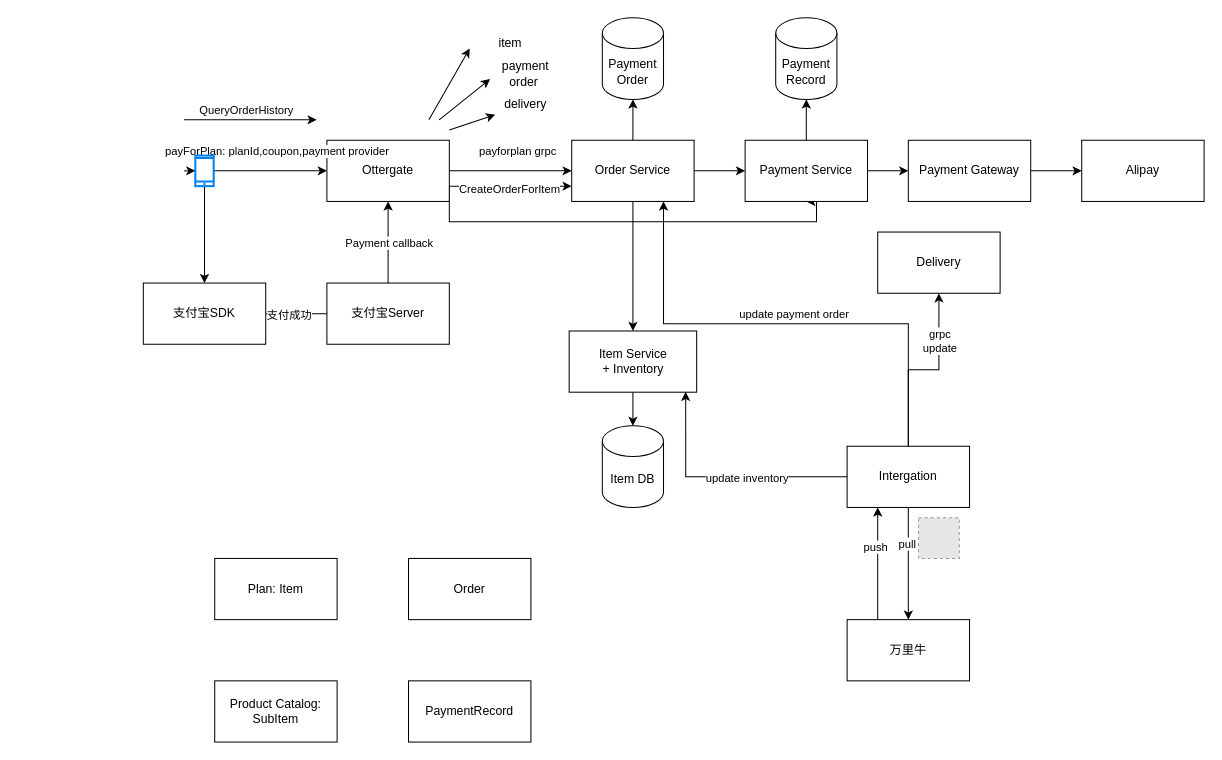
evagle/awesome keeps this draw.io diagram as Payment.drawio. Above is the earlier version. Source tidied: cells renumbered, new cells numbered last; positions are measured from the earlier drawing's top-left corner, leaving out a move shared by most shapes. Both pictures are drawn from the tidied source at 102%, with x=0, y=0 at pixel (143, 17). Pictures stored in the file or linked from it are replaced by grey dashed boxes.
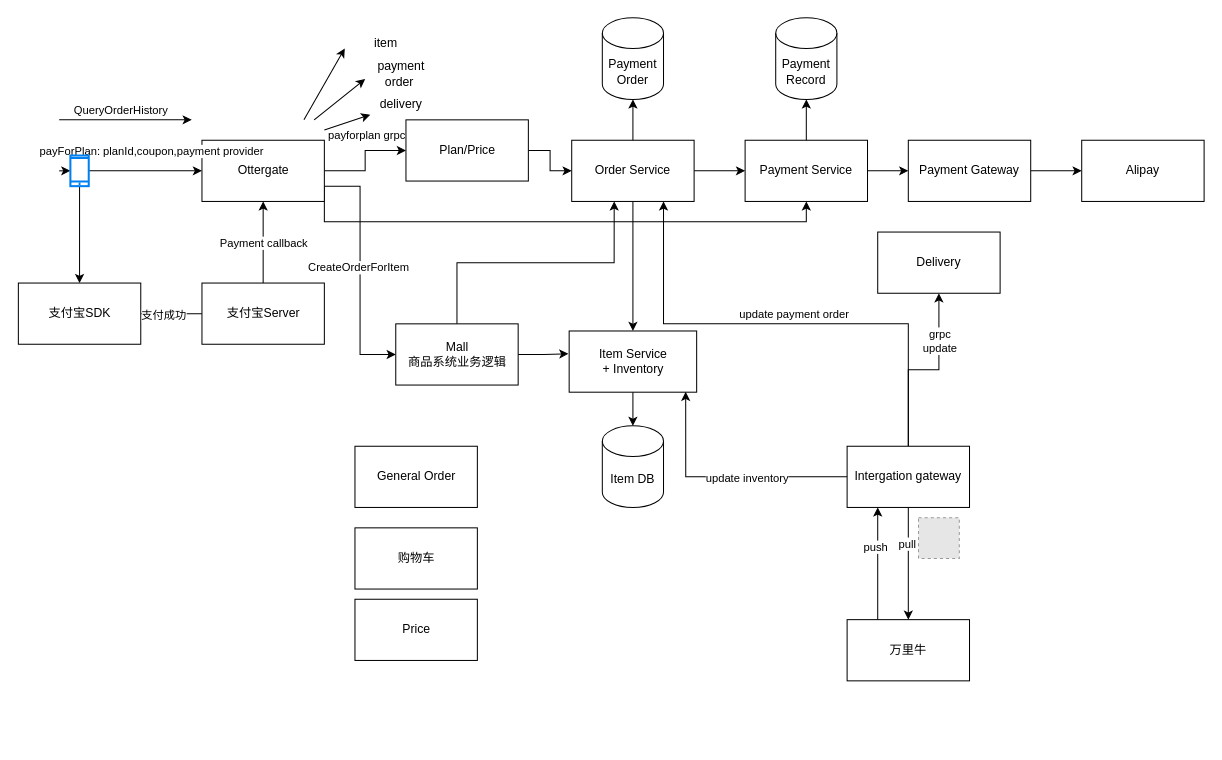
After the change.

Unchanged cells that the change refers to:
```xml
<mxCell id="15" value="Order Service" style="whiteSpace=wrap;html=1;rounded=0;" parent="1" vertex="1">
  <mxGeometry x="420" y="120" width="120" height="60" as="geometry" />
</mxCell>
<mxCell id="17" value="Payment Service" style="whiteSpace=wrap;html=1;rounded=0;" parent="1" vertex="1">
  <mxGeometry x="590" y="120" width="120" height="60" as="geometry" />
</mxCell>
<mxCell id="33" value="Item Service&lt;br&gt;+ Inventory" style="rounded=0;whiteSpace=wrap;html=1;" parent="1" vertex="1">
  <mxGeometry x="417.5" y="307" width="125" height="60" as="geometry" />
</mxCell>
```

The edit, as a diff of the source:
```diff
@@
-    <mxCell id="2" style="edgeStyle=orthogonalEdgeStyle;rounded=0;jettySize=auto;html=1;" parent="1" edge="1" source="7" target="15">
+    <mxCell id="2" style="edgeStyle=orthogonalEdgeStyle;rounded=0;jettySize=auto;html=1;entryX=0;entryY=0.5;entryDx=0;entryDy=0;" parent="1" edge="1" source="7" target="62">
       <mxGeometry relative="1" as="geometry" />
     </mxCell>
@@
     <mxCell id="4" style="edgeStyle=orthogonalEdgeStyle;rounded=0;jettySize=auto;html=1;exitX=1;exitY=0.75;exitDx=0;exitDy=0;entryX=0.5;entryY=1;entryDx=0;entryDy=0;" parent="1" edge="1" source="7" target="17">
       <mxGeometry relative="1" as="geometry">
         <Array as="points">
-          <mxPoint x="300" y="200" />
-          <mxPoint x="660" y="200" />
+          <mxPoint x="177.5" y="200" />
+          <mxPoint x="650.5" y="200" />
         </Array>
       </mxGeometry>
     </mxCell>
-    <mxCell id="5" style="edgeStyle=orthogonalEdgeStyle;rounded=0;jettySize=auto;html=1;exitX=1;exitY=0.75;exitDx=0;exitDy=0;entryX=0;entryY=0.75;entryDx=0;entryDy=0;" parent="1" edge="1" source="7" target="15">
+    <mxCell id="5" style="edgeStyle=orthogonalEdgeStyle;rounded=0;jettySize=auto;html=1;exitX=1;exitY=0.75;exitDx=0;exitDy=0;entryX=0;entryY=0.5;entryDx=0;entryDy=0;" parent="1" edge="1" source="7" target="60">
       <mxGeometry relative="1" as="geometry" />
     </mxCell>
@@
     <mxCell id="7" value="Ottergate" style="rounded=0;whiteSpace=wrap;html=1;" parent="1" vertex="1">
-      <mxGeometry x="180" y="120" width="120" height="60" as="geometry" />
+      <mxGeometry x="57.5" y="120" width="120" height="60" as="geometry" />
     </mxCell>
@@
-    <mxCell id="9" value="Plan: Item" style="rounded=0;whiteSpace=wrap;html=1;" parent="1" vertex="1">
-      <mxGeometry x="70" y="530" width="120" height="60" as="geometry" />
-    </mxCell>
-    <mxCell id="10" value="Product Catalog: SubItem" style="rounded=0;whiteSpace=wrap;html=1;" parent="1" vertex="1">
-      <mxGeometry x="70" y="650" width="120" height="60" as="geometry" />
-    </mxCell>
-    <mxCell id="11" value="Order" style="rounded=0;whiteSpace=wrap;html=1;" parent="1" vertex="1">
-      <mxGeometry x="260" y="530" width="120" height="60" as="geometry" />
-    </mxCell>
-    <mxCell id="12" value="PaymentRecord" style="rounded=0;whiteSpace=wrap;html=1;" parent="1" vertex="1">
-      <mxGeometry x="260" y="650" width="120" height="60" as="geometry" />
-    </mxCell>
@@
     <mxCell id="27" value="支付宝SDK" style="rounded=0;whiteSpace=wrap;html=1;" parent="1" vertex="1">
-      <mxGeometry y="260" width="120" height="60" as="geometry" />
+      <mxGeometry x="-122.5" y="260" width="120" height="60" as="geometry" />
     </mxCell>
@@
     <mxCell id="32" value="支付宝Server" style="rounded=0;whiteSpace=wrap;html=1;" parent="1" vertex="1">
-      <mxGeometry x="180" y="260" width="120" height="60" as="geometry" />
+      <mxGeometry x="57.5" y="260" width="120" height="60" as="geometry" />
     </mxCell>
@@
     <mxCell id="34" style="endArrow=classic;html=1;rounded=0;" parent="1" edge="1">
       <mxGeometry relative="1" as="geometry">
-        <mxPoint x="40" y="100" as="sourcePoint" />
-        <mxPoint x="170" y="100" as="targetPoint" />
+        <mxPoint x="-82.5" y="100" as="sourcePoint" />
+        <mxPoint x="47.5" y="100" as="targetPoint" />
       </mxGeometry>
     </mxCell>
@@
     <mxCell id="36" style="endArrow=classic;html=1;rounded=0;" parent="1" edge="1">
       <mxGeometry relative="1" as="geometry">
-        <mxPoint x="290" y="100" as="sourcePoint" />
-        <mxPoint x="340" y="60" as="targetPoint" />
+        <mxPoint x="167.5" y="100" as="sourcePoint" />
+        <mxPoint x="217.5" y="60" as="targetPoint" />
       </mxGeometry>
     </mxCell>
     <mxCell id="37" style="endArrow=classic;html=1;rounded=0;" parent="1" edge="1" target="39">
       <mxGeometry relative="1" as="geometry">
-        <mxPoint x="300" y="110" as="sourcePoint" />
+        <mxPoint x="177.5" y="110" as="sourcePoint" />
       </mxGeometry>
     </mxCell>
     <mxCell id="38" value="payment order&amp;nbsp;" style="text;html=1;strokeColor=none;fillColor=none;align=center;verticalAlign=middle;whiteSpace=wrap;rounded=0;" parent="1" vertex="1">
-      <mxGeometry x="345" y="40" width="60" height="30" as="geometry" />
+      <mxGeometry x="222.5" y="40" width="60" height="30" as="geometry" />
     </mxCell>
     <mxCell id="39" value="delivery" style="text;html=1;strokeColor=none;fillColor=none;align=center;verticalAlign=middle;whiteSpace=wrap;rounded=0;" parent="1" vertex="1">
-      <mxGeometry x="345" y="70" width="60" height="30" as="geometry" />
+      <mxGeometry x="222.5" y="70" width="60" height="30" as="geometry" />
     </mxCell>
     <mxCell id="40" style="endArrow=classic;html=1;rounded=0;" parent="1" edge="1">
       <mxGeometry relative="1" as="geometry">
-        <mxPoint x="280" y="100" as="sourcePoint" />
-        <mxPoint x="320" y="30" as="targetPoint" />
+        <mxPoint x="157.5" y="100" as="sourcePoint" />
+        <mxPoint x="197.5" y="30" as="targetPoint" />
       </mxGeometry>
     </mxCell>
     <mxCell id="41" value="item" style="text;html=1;strokeColor=none;fillColor=none;align=center;verticalAlign=middle;whiteSpace=wrap;rounded=0;" parent="1" vertex="1">
-      <mxGeometry x="330" y="10" width="60" height="30" as="geometry" />
+      <mxGeometry x="207.5" y="10" width="60" height="30" as="geometry" />
     </mxCell>
@@
-    <mxCell id="48" value="Intergation" style="rounded=0;whiteSpace=wrap;html=1;" parent="1" vertex="1">
+    <mxCell id="48" value="Intergation gateway" style="rounded=0;whiteSpace=wrap;html=1;" parent="1" vertex="1">
       <mxGeometry x="690" y="420" width="120" height="60" as="geometry" />
     </mxCell>
@@
     <mxCell id="57" style="endArrow=classic;html=1;rounded=0;entryX=0;entryY=0.5;entryDx=0;entryDy=0;" parent="1" edge="1" target="59">
       <mxGeometry relative="1" as="geometry">
-        <mxPoint x="40" y="150" as="sourcePoint" />
+        <mxPoint x="-82.5" y="150" as="sourcePoint" />
       </mxGeometry>
     </mxCell>
@@
     <mxCell id="59" style="html=1;verticalLabelPosition=bottom;align=center;labelBackgroundColor=#ffffff;verticalAlign=top;strokeWidth=2;strokeColor=#0080F0;shadow=0;dashed=0;shape=mxgraph.ios7.icons.smartphone;" parent="1" vertex="1">
-      <mxGeometry x="51" y="135" width="18" height="30" as="geometry" />
+      <mxGeometry x="-71.5" y="135" width="18" height="30" as="geometry" />
     </mxCell>
+    <mxCell id="60" value="Mall&lt;br&gt;商品系统业务逻辑" style="rounded=0;whiteSpace=wrap;html=1;" parent="1" vertex="1">
+      <mxGeometry x="247.5" y="300" width="120" height="60" as="geometry" />
+    </mxCell>
+    <mxCell id="61" style="edgeStyle=orthogonalEdgeStyle;rounded=0;jettySize=auto;html=1;exitX=1;exitY=0.5;exitDx=0;exitDy=0;entryX=0;entryY=0.5;entryDx=0;entryDy=0;" parent="1" edge="1" source="62" target="15">
+      <mxGeometry relative="1" as="geometry" />
+    </mxCell>
+    <mxCell id="62" value="Plan/Price" style="rounded=0;whiteSpace=wrap;html=1;" parent="1" vertex="1">
+      <mxGeometry x="257.5" y="100" width="120" height="60" as="geometry" />
+    </mxCell>
+    <mxCell id="63" value="Price" style="rounded=0;whiteSpace=wrap;html=1;" parent="1" vertex="1">
+      <mxGeometry x="207.5" y="570" width="120" height="60" as="geometry" />
+    </mxCell>
+    <mxCell id="64" value="购物车" style="rounded=0;whiteSpace=wrap;html=1;" parent="1" vertex="1">
+      <mxGeometry x="207.5" y="500" width="120" height="60" as="geometry" />
+    </mxCell>
+    <mxCell id="65" value="General Order" style="rounded=0;whiteSpace=wrap;html=1;" parent="1" vertex="1">
+      <mxGeometry x="207.5" y="420" width="120" height="60" as="geometry" />
+    </mxCell>
+    <mxCell id="66" style="edgeStyle=orthogonalEdgeStyle;rounded=0;jettySize=auto;html=1;exitX=0.5;exitY=0;exitDx=0;exitDy=0;entryX=0.347;entryY=1;entryDx=0;entryDy=0;entryPerimeter=0;" parent="1" edge="1" source="60" target="15">
+      <mxGeometry relative="1" as="geometry" />
+    </mxCell>
+    <mxCell id="67" style="edgeStyle=orthogonalEdgeStyle;rounded=0;jettySize=auto;html=1;exitX=1;exitY=0.5;exitDx=0;exitDy=0;entryX=-0.006;entryY=0.373;entryDx=0;entryDy=0;entryPerimeter=0;" parent="1" edge="1" source="60" target="33">
+      <mxGeometry relative="1" as="geometry" />
+    </mxCell>
```
